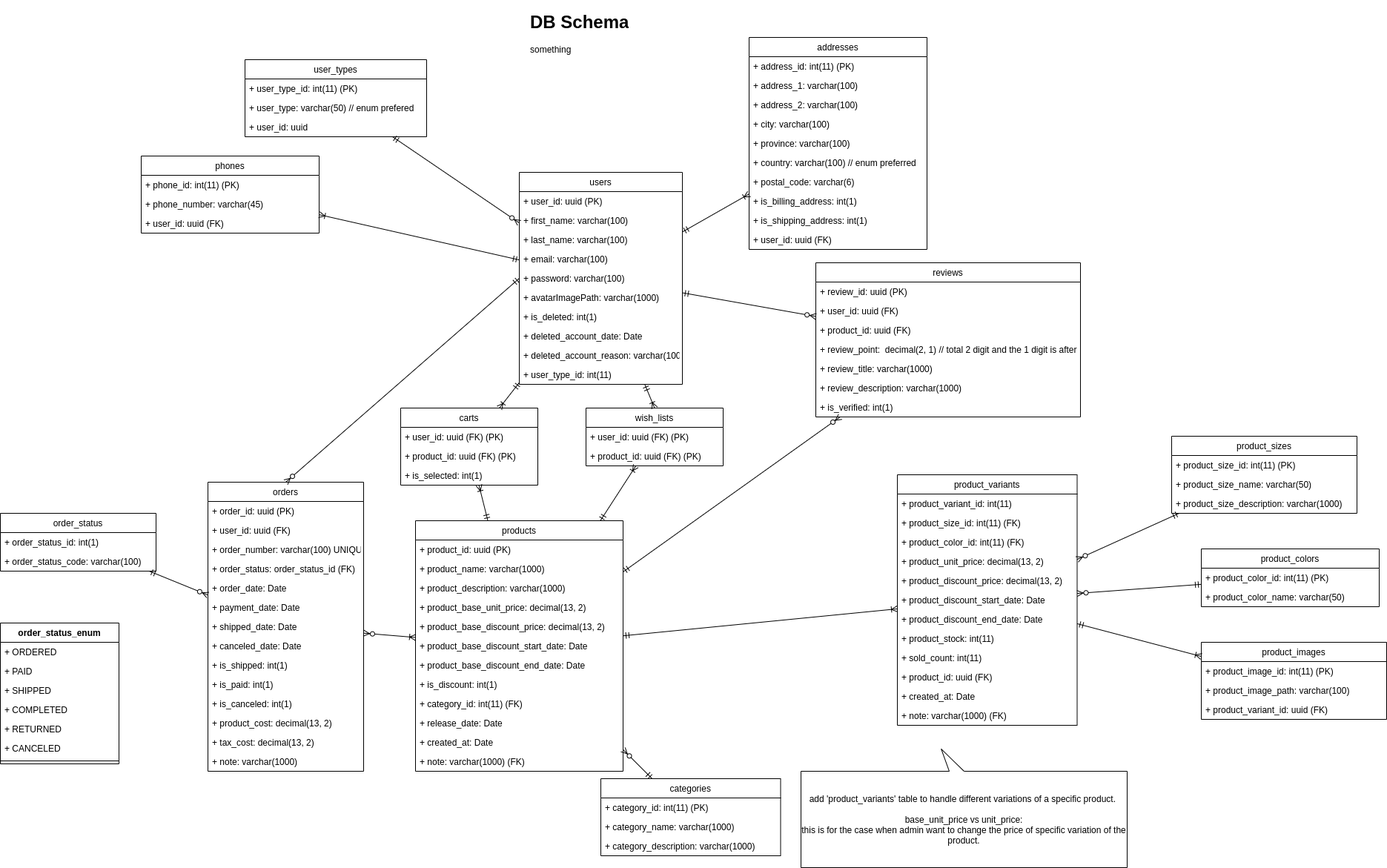
Earlier version of the draw.io export db-design.png (stsiwo/e-commerce-starter-kits). Source tidied: cells renumbered, new cells last; positions are measured from the earlier drawing's top-left corner, leaving out a move shared by most shapes.
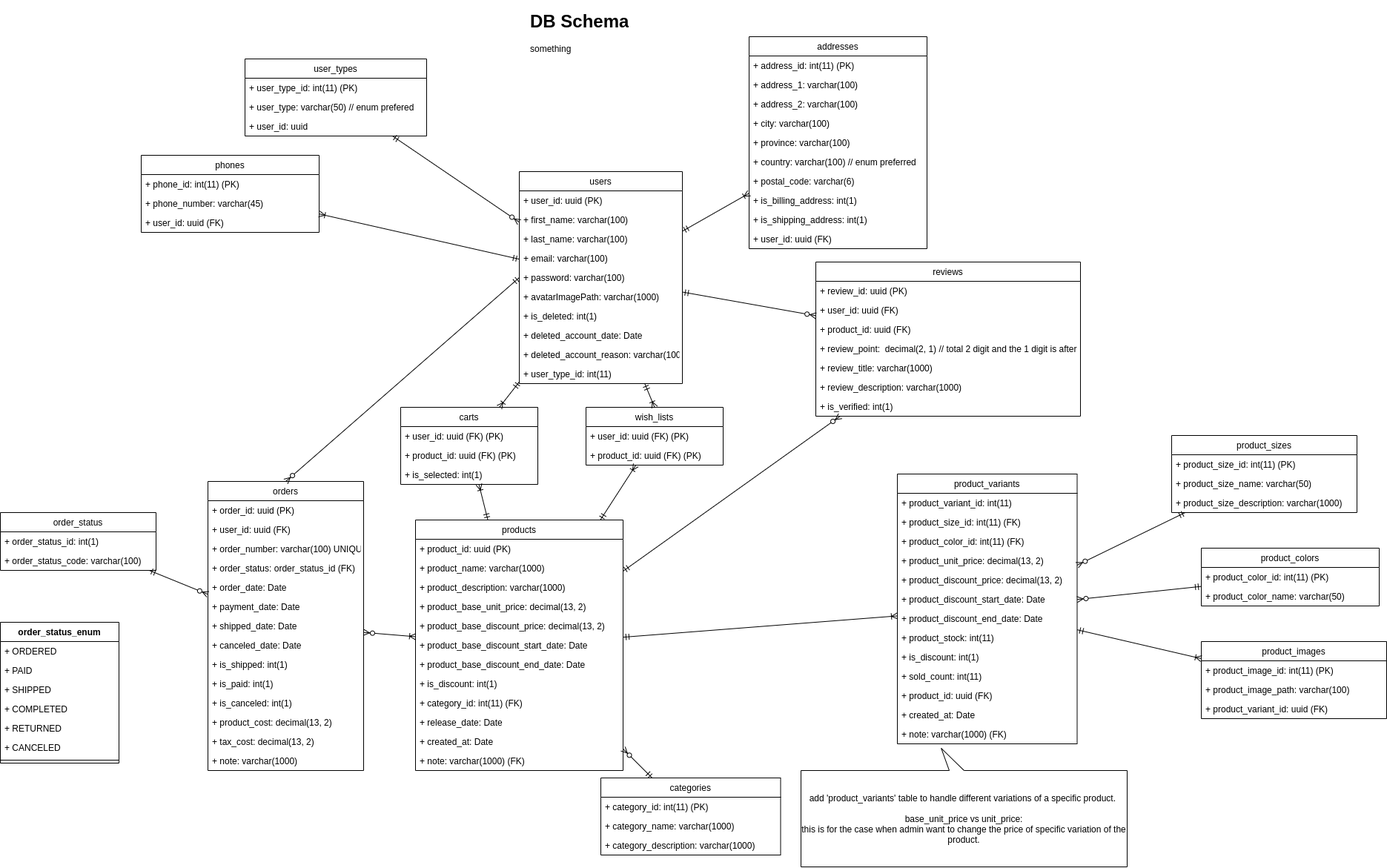
The same file after the commit.

What changed in the source:
```diff
@@ -312,7 +312,7 @@
       <mxGeometry relative="1" as="geometry" />
     </mxCell>
     <mxCell id="105" value="product_variants" style="swimlane;fontStyle=0;horizontal=1;startSize=26;fillColor=none;" parent="1" vertex="1">
-      <mxGeometry x="1210" y="630" width="242.5" height="338" as="geometry" />
+      <mxGeometry x="1210" y="630" width="242.5" height="364" as="geometry" />
     </mxCell>
     <mxCell id="106" value="+ product_variant_id: int(11)" style="text;strokeColor=none;fillColor=none;align=left;verticalAlign=top;spacingLeft=4;spacingRight=4;overflow=hidden;" parent="105" vertex="1">
       <mxGeometry y="26" width="242.5" height="26" as="geometry" />
@@ -338,17 +338,20 @@
     <mxCell id="113" value="+ product_stock: int(11) " style="text;strokeColor=none;fillColor=none;align=left;verticalAlign=top;spacingLeft=4;spacingRight=4;overflow=hidden;" parent="105" vertex="1">
       <mxGeometry y="208" width="242.5" height="26" as="geometry" />
     </mxCell>
+    <mxCell id="133" value="+ is_discount: int(1)" style="text;strokeColor=none;fillColor=none;align=left;verticalAlign=top;spacingLeft=4;spacingRight=4;overflow=hidden;" parent="105" vertex="1">
+      <mxGeometry y="234" width="242.5" height="26" as="geometry" />
+    </mxCell>
     <mxCell id="114" value="+ sold_count: int(11)" style="text;strokeColor=none;fillColor=none;align=left;verticalAlign=top;spacingLeft=4;spacingRight=4;overflow=hidden;" parent="105" vertex="1">
-      <mxGeometry y="234" width="242.5" height="26" as="geometry" />
+      <mxGeometry y="260" width="242.5" height="26" as="geometry" />
     </mxCell>
     <mxCell id="115" value="+ product_id: uuid (FK)" style="text;strokeColor=none;fillColor=none;align=left;verticalAlign=top;spacingLeft=4;spacingRight=4;overflow=hidden;" parent="105" vertex="1">
-      <mxGeometry y="260" width="242.5" height="26" as="geometry" />
+      <mxGeometry y="286" width="242.5" height="26" as="geometry" />
     </mxCell>
     <mxCell id="116" value="+ created_at: Date" style="text;strokeColor=none;fillColor=none;align=left;verticalAlign=top;spacingLeft=4;spacingRight=4;overflow=hidden;" parent="105" vertex="1">
-      <mxGeometry y="286" width="242.5" height="26" as="geometry" />
+      <mxGeometry y="312" width="242.5" height="26" as="geometry" />
     </mxCell>
     <mxCell id="117" value="+ note: varchar(1000) (FK)" style="text;strokeColor=none;fillColor=none;align=left;verticalAlign=top;spacingLeft=4;spacingRight=4;overflow=hidden;" parent="105" vertex="1">
-      <mxGeometry y="312" width="242.5" height="26" as="geometry" />
+      <mxGeometry y="338" width="242.5" height="26" as="geometry" />
     </mxCell>
     <mxCell id="118" value="add 'product_variants' table to handle different variations of a specific product.&amp;nbsp;&lt;br&gt;&lt;br&gt;base_unit_price vs unit_price:&lt;br&gt;this is for the case when admin want to change the price of specific variation of the product.&lt;br&gt;" style="shape=callout;whiteSpace=wrap;html=1;perimeter=calloutPerimeter;direction=west;position2=0.57;" parent="1" vertex="1">
       <mxGeometry x="1080" y="1000" width="440" height="160" as="geometry" />
```
